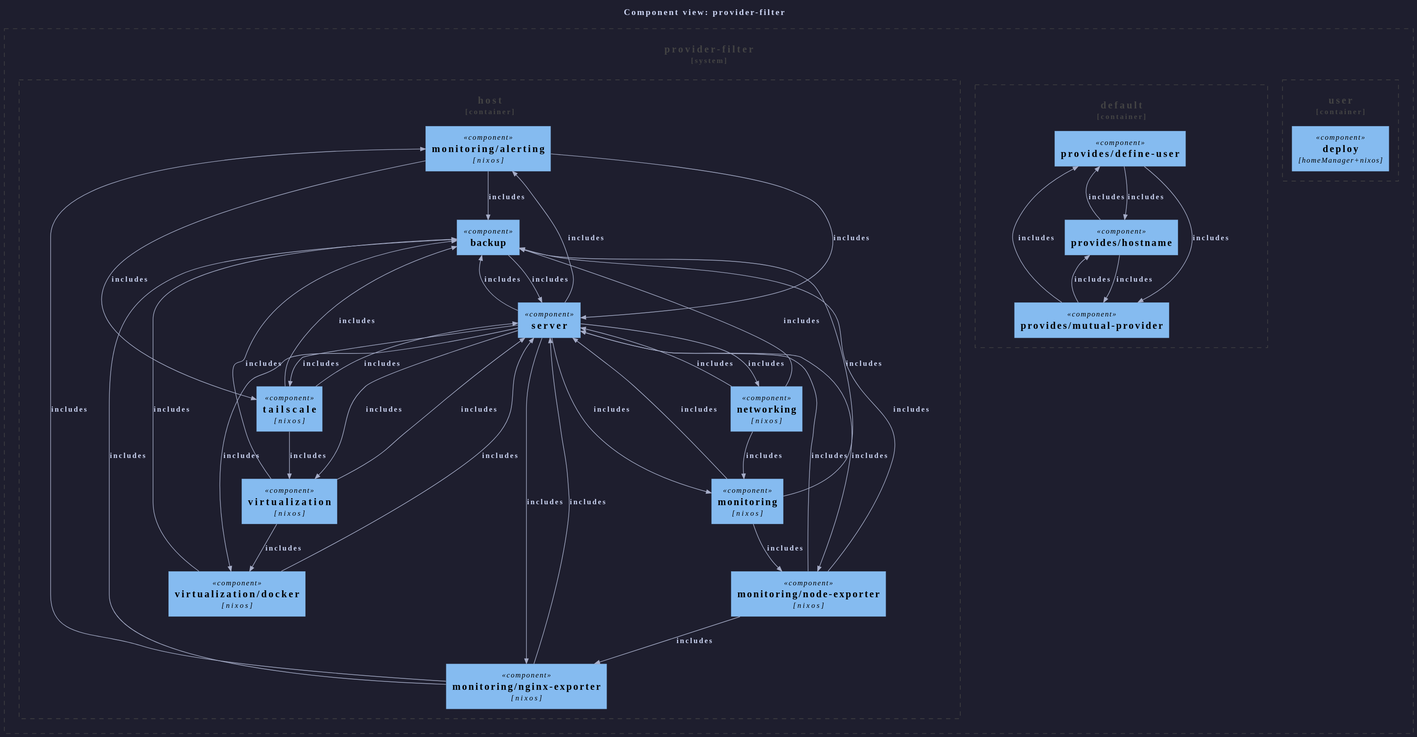
Earlier version of the PlantUML export templates/diag-fx-demo/diagrams/provider-filter-c4component.puml.svg (sini/den). Source of this version:
```plantuml
@startuml
!include <C4/C4_Component>
skinparam backgroundColor #1e1e2e
skinparam defaultFontColor #cdd6f4
skinparam defaultFontName "JetBrains Mono,monospace"
skinparam arrowColor #a6adc8
skinparam arrowFontColor #cdd6f4
skinparam PersonBackgroundColor #313244
skinparam PersonBorderColor #a6adc8
skinparam PersonFontColor #cdd6f4
skinparam SystemBackgroundColor #313244
skinparam SystemBorderColor #a6adc8
skinparam SystemFontColor #cdd6f4
skinparam ContainerBackgroundColor #313244
skinparam ContainerBorderColor #a6adc8
skinparam ContainerFontColor #cdd6f4
skinparam ComponentBackgroundColor #313244
skinparam ComponentBorderColor #a6adc8
skinparam ComponentFontColor #cdd6f4
skinparam BoundaryBackgroundColor #313244
skinparam BoundaryBorderColor #6c7086
skinparam BoundaryFontColor #cdd6f4
skinparam RectangleBackgroundColor #313244
skinparam RectangleBorderColor #a6adc8
skinparam RectangleFontColor #cdd6f4


title Component view: provider-filter

System_Boundary(provider_filter, "provider-filter") {
  Container_Boundary(host, "host") {
    Component(monitoring__alerting, "monitoring/alerting", "nixos")
    Component(backup, "backup", "")
    Component(virtualization__docker, "virtualization/docker", "nixos")
    Component(monitoring, "monitoring", "nixos")
    Component(networking, "networking", "nixos")
    Component(monitoring__nginx_exporter, "monitoring/nginx-exporter", "nixos")
    Component(monitoring__node_exporter, "monitoring/node-exporter", "nixos")
    Component(server, "server", "")
    Component(tailscale, "tailscale", "nixos")
    Component(virtualization, "virtualization", "nixos")
}
  Container_Boundary(c4_default, "default") {
    Component(den__provides__define_user, "provides/define-user", "")
    Component(den__provides__hostname, "provides/hostname", "")
    Component(den__provides__mutual_provider, "provides/mutual-provider", "")
}
  Container_Boundary(user, "user") {
    Component(deploy, "deploy", "homeManager+nixos")
}
}

Rel(backup, server, "includes")
Rel(den__provides__mutual_provider, den__provides__define_user, "includes")
Rel(den__provides__mutual_provider, den__provides__hostname, "includes")
Rel(den__provides__hostname, den__provides__define_user, "includes")
Rel(den__provides__define_user, den__provides__hostname, "includes")
Rel(den__provides__define_user, den__provides__mutual_provider, "includes")
Rel(den__provides__hostname, den__provides__mutual_provider, "includes")
Rel(monitoring, backup, "includes")
Rel(monitoring__alerting, backup, "includes")
Rel(monitoring__nginx_exporter, backup, "includes")
Rel(monitoring__node_exporter, backup, "includes")
Rel(networking, backup, "includes")
Rel(server, backup, "includes")
Rel(tailscale, backup, "includes")
Rel(virtualization, backup, "includes")
Rel(virtualization__docker, backup, "includes")
Rel(monitoring, server, "includes")
Rel(monitoring__alerting, server, "includes")
Rel(monitoring__nginx_exporter, server, "includes")
Rel(monitoring__node_exporter, server, "includes")
Rel(networking, server, "includes")
Rel(tailscale, server, "includes")
Rel(virtualization, server, "includes")
Rel(virtualization__docker, server, "includes")
Rel(monitoring, monitoring__node_exporter, "includes")
Rel(monitoring__alerting, tailscale, "includes")
Rel(monitoring__nginx_exporter, monitoring__alerting, "includes")
Rel(monitoring__node_exporter, monitoring__nginx_exporter, "includes")
Rel(networking, monitoring, "includes")
Rel(server, monitoring__alerting, "includes")
Rel(server, virtualization__docker, "includes")
Rel(server, monitoring, "includes")
Rel(server, networking, "includes")
Rel(server, monitoring__nginx_exporter, "includes")
Rel(server, monitoring__node_exporter, "includes")
Rel(server, tailscale, "includes")
Rel(server, virtualization, "includes")
Rel(tailscale, virtualization, "includes")
Rel(virtualization, virtualization__docker, "includes")
@enduml
```
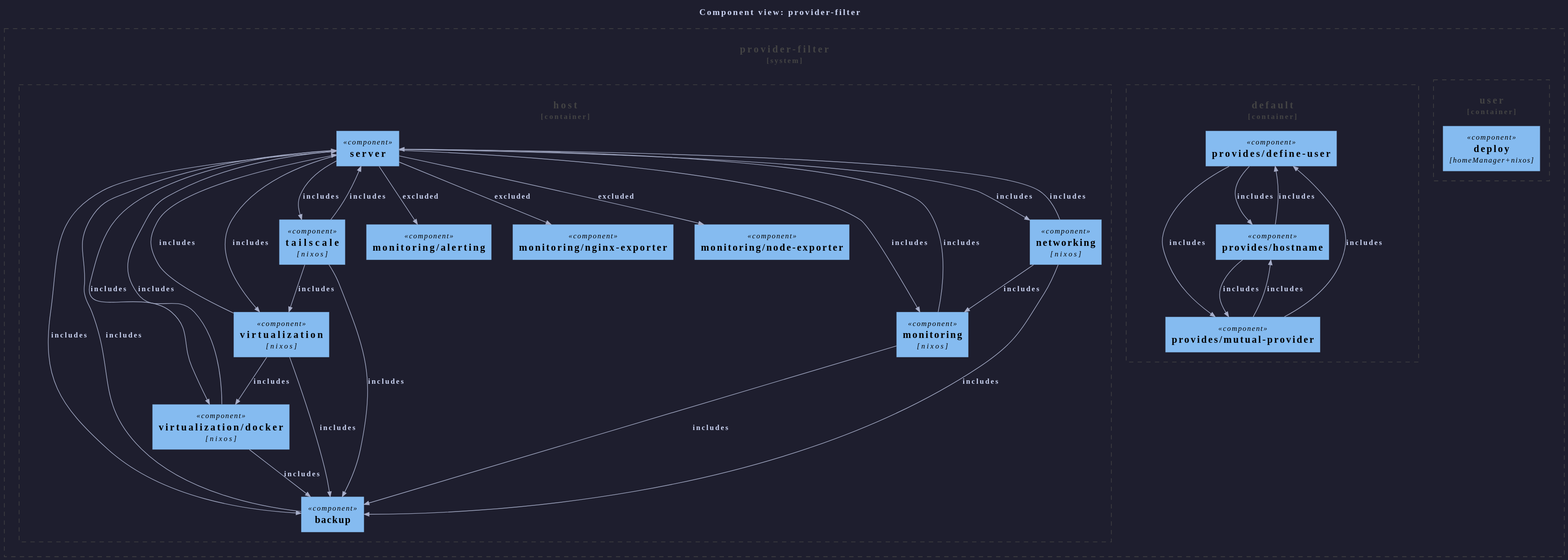
The same file after the commit.

Change to the diagram source:
```diff
@@ -29,13 +29,13 @@
 
 System_Boundary(provider_filter, "provider-filter") {
   Container_Boundary(host, "host") {
-    Component(monitoring__alerting, "monitoring/alerting", "nixos")
+    Component(monitoring__alerting, "monitoring/alerting", "")
     Component(backup, "backup", "")
     Component(virtualization__docker, "virtualization/docker", "nixos")
     Component(monitoring, "monitoring", "nixos")
     Component(networking, "networking", "nixos")
-    Component(monitoring__nginx_exporter, "monitoring/nginx-exporter", "nixos")
-    Component(monitoring__node_exporter, "monitoring/node-exporter", "nixos")
+    Component(monitoring__nginx_exporter, "monitoring/nginx-exporter", "")
+    Component(monitoring__node_exporter, "monitoring/node-exporter", "")
     Component(server, "server", "")
     Component(tailscale, "tailscale", "nixos")
     Component(virtualization, "virtualization", "nixos")
@@ -58,33 +58,23 @@
 Rel(den__provides__define_user, den__provides__mutual_provider, "includes")
 Rel(den__provides__hostname, den__provides__mutual_provider, "includes")
 Rel(monitoring, backup, "includes")
-Rel(monitoring__alerting, backup, "includes")
-Rel(monitoring__nginx_exporter, backup, "includes")
-Rel(monitoring__node_exporter, backup, "includes")
 Rel(networking, backup, "includes")
 Rel(server, backup, "includes")
 Rel(tailscale, backup, "includes")
 Rel(virtualization, backup, "includes")
 Rel(virtualization__docker, backup, "includes")
 Rel(monitoring, server, "includes")
-Rel(monitoring__alerting, server, "includes")
-Rel(monitoring__nginx_exporter, server, "includes")
-Rel(monitoring__node_exporter, server, "includes")
 Rel(networking, server, "includes")
 Rel(tailscale, server, "includes")
 Rel(virtualization, server, "includes")
 Rel(virtualization__docker, server, "includes")
-Rel(monitoring, monitoring__node_exporter, "includes")
-Rel(monitoring__alerting, tailscale, "includes")
-Rel(monitoring__nginx_exporter, monitoring__alerting, "includes")
-Rel(monitoring__node_exporter, monitoring__nginx_exporter, "includes")
 Rel(networking, monitoring, "includes")
-Rel(server, monitoring__alerting, "includes")
+Rel(server, monitoring__alerting, "excluded")
 Rel(server, virtualization__docker, "includes")
 Rel(server, monitoring, "includes")
 Rel(server, networking, "includes")
-Rel(server, monitoring__nginx_exporter, "includes")
-Rel(server, monitoring__node_exporter, "includes")
+Rel(server, monitoring__nginx_exporter, "excluded")
+Rel(server, monitoring__node_exporter, "excluded")
 Rel(server, tailscale, "includes")
 Rel(server, virtualization, "includes")
 Rel(tailscale, virtualization, "includes")
```
